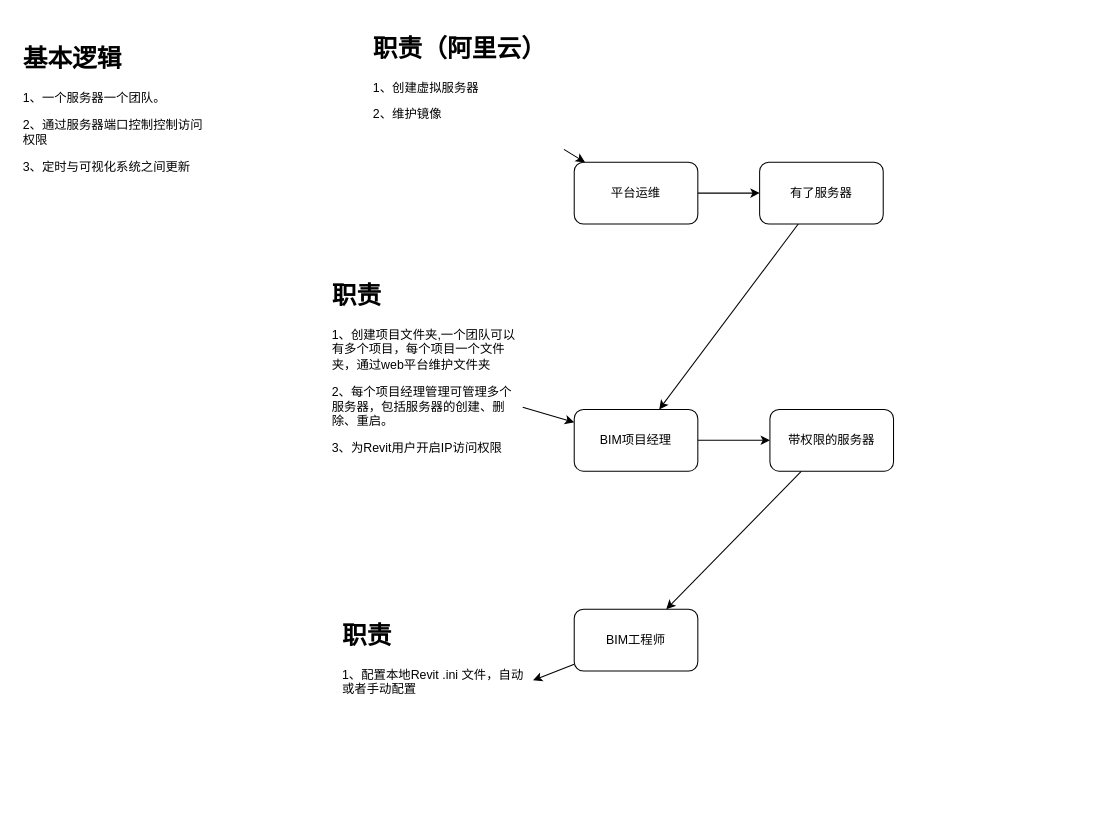
gaochaowyq/MinderGraph keeps this draw.io diagram as RevitServer+Forge管理.drawio. Above is the earlier version. Source tidied: cells renumbered, new cells numbered last; positions are measured from the earlier drawing's top-left corner, leaving out a move shared by most shapes. Both pictures are drawn from the tidied source at 103%, with x=0, y=0 at pixel (18, 28).
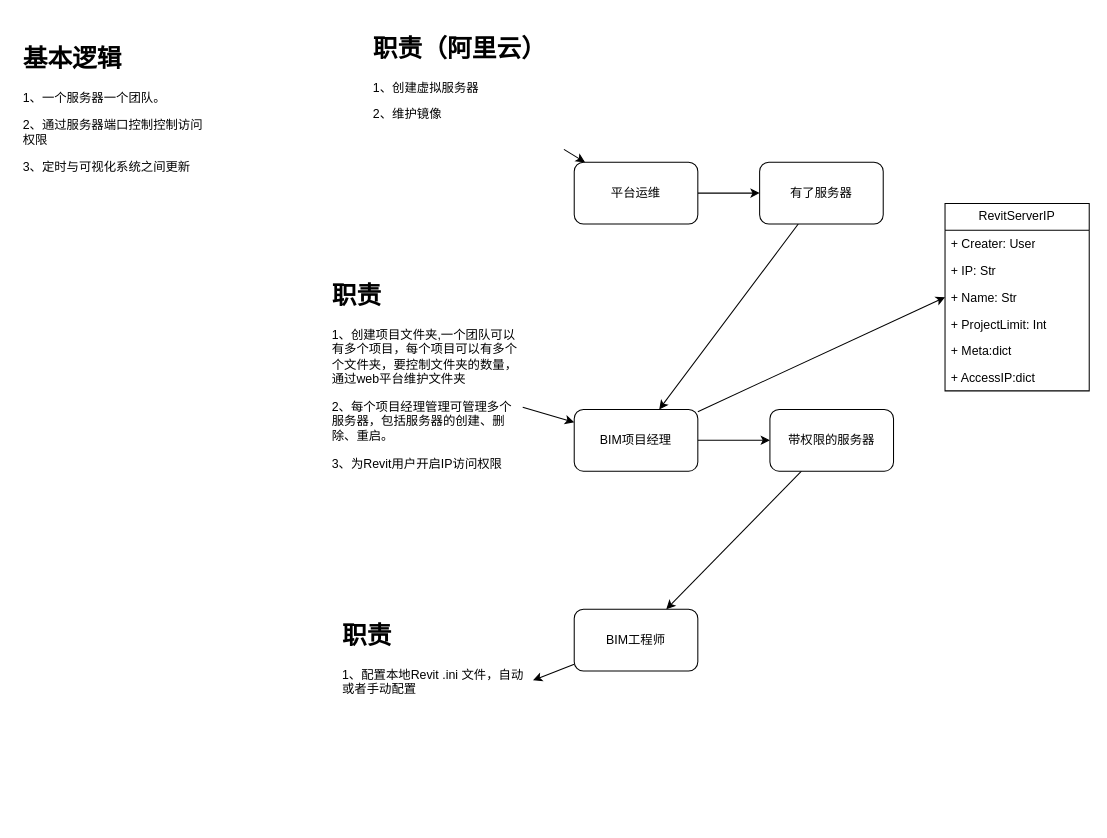
Above is the later version.

Unchanged cells that the change refers to:
```xml
<mxCell id="3" value="BIM项目经理" style="rounded=1;whiteSpace=wrap;html=1;" parent="1" vertex="1">
  <mxGeometry x="540" y="370" width="120" height="60" as="geometry" />
</mxCell>
```

What changed in the source:
```diff
@@
+    <mxCell id="18" style="rounded=0;jettySize=auto;html=1;entryX=0;entryY=0.5;entryDx=0;entryDy=0;" parent="1" edge="1" source="3" target="22">
+      <mxGeometry relative="1" as="geometry" />
+    </mxCell>
@@
-    <mxCell id="7" value="&lt;h1&gt;职责&lt;/h1&gt;&lt;p&gt;1、创建项目文件夹,一个团队可以有多个项目，每个项目一个文件夹，通过web平台维护文件夹&lt;/p&gt;&lt;p&gt;2、每个项目经理管理可管理多个服务器，包括服务器的创建、删除、重启。&lt;/p&gt;&lt;p&gt;3、为Revit用户开启IP访问权限&lt;br&gt;&lt;/p&gt;" style="text;html=1;strokeColor=none;fillColor=none;spacing=5;spacingTop=-20;whiteSpace=wrap;overflow=hidden;rounded=0;" parent="1" vertex="1">
+    <mxCell id="7" value="&lt;h1&gt;职责&lt;/h1&gt;&lt;p&gt;1、创建项目文件夹,一个团队可以有多个项目，每个项目可以有多个个文件夹，要控制文件夹的数量，通过web平台维护文件夹&lt;/p&gt;&lt;p&gt;2、每个项目经理管理可管理多个服务器，包括服务器的创建、删除、重启。&lt;/p&gt;&lt;p&gt;3、为Revit用户开启IP访问权限&lt;br&gt;&lt;/p&gt;" style="text;html=1;strokeColor=none;fillColor=none;spacing=5;spacingTop=-20;whiteSpace=wrap;overflow=hidden;rounded=0;" parent="1" vertex="1">
       <mxGeometry x="300" y="240" width="190" height="200" as="geometry" />
     </mxCell>
@@
+    <mxCell id="19" value="RevitServerIP" style="swimlane;fontStyle=0;horizontal=1;startSize=26;fillColor=none;whiteSpace=wrap;html=1;" parent="1" vertex="1">
+      <mxGeometry x="900" y="170" width="140" height="182" as="geometry" />
+    </mxCell>
+    <mxCell id="20" value="+ Creater: User" style="text;strokeColor=none;fillColor=none;align=left;verticalAlign=top;spacingLeft=4;spacingRight=4;overflow=hidden;whiteSpace=wrap;html=1;" parent="19" vertex="1">
+      <mxGeometry y="26" width="140" height="26" as="geometry" />
+    </mxCell>
+    <mxCell id="21" value="+ IP: Str" style="text;strokeColor=none;fillColor=none;align=left;verticalAlign=top;spacingLeft=4;spacingRight=4;overflow=hidden;whiteSpace=wrap;html=1;" parent="19" vertex="1">
+      <mxGeometry y="52" width="140" height="26" as="geometry" />
+    </mxCell>
+    <mxCell id="22" value="+ Name: Str" style="text;strokeColor=none;fillColor=none;align=left;verticalAlign=top;spacingLeft=4;spacingRight=4;overflow=hidden;points=[[0,0.5],[1,0.5]];portConstraint=eastwest;whiteSpace=wrap;html=1;" parent="19" vertex="1">
+      <mxGeometry y="78" width="140" height="26" as="geometry" />
+    </mxCell>
+    <mxCell id="23" value="+ ProjectLimit: Int" style="text;strokeColor=none;fillColor=none;align=left;verticalAlign=top;spacingLeft=4;spacingRight=4;overflow=hidden;whiteSpace=wrap;html=1;" parent="19" vertex="1">
+      <mxGeometry y="104" width="140" height="26" as="geometry" />
+    </mxCell>
+    <mxCell id="24" value="+ Meta:dict" style="text;strokeColor=none;fillColor=none;align=left;verticalAlign=top;spacingLeft=4;spacingRight=4;overflow=hidden;whiteSpace=wrap;html=1;" parent="19" vertex="1">
+      <mxGeometry y="130" width="140" height="26" as="geometry" />
+    </mxCell>
+    <mxCell id="25" value="+ AccessIP:dict" style="text;strokeColor=none;fillColor=none;align=left;verticalAlign=top;spacingLeft=4;spacingRight=4;overflow=hidden;whiteSpace=wrap;html=1;" parent="19" vertex="1">
+      <mxGeometry y="156" width="140" height="26" as="geometry" />
+    </mxCell>
```
